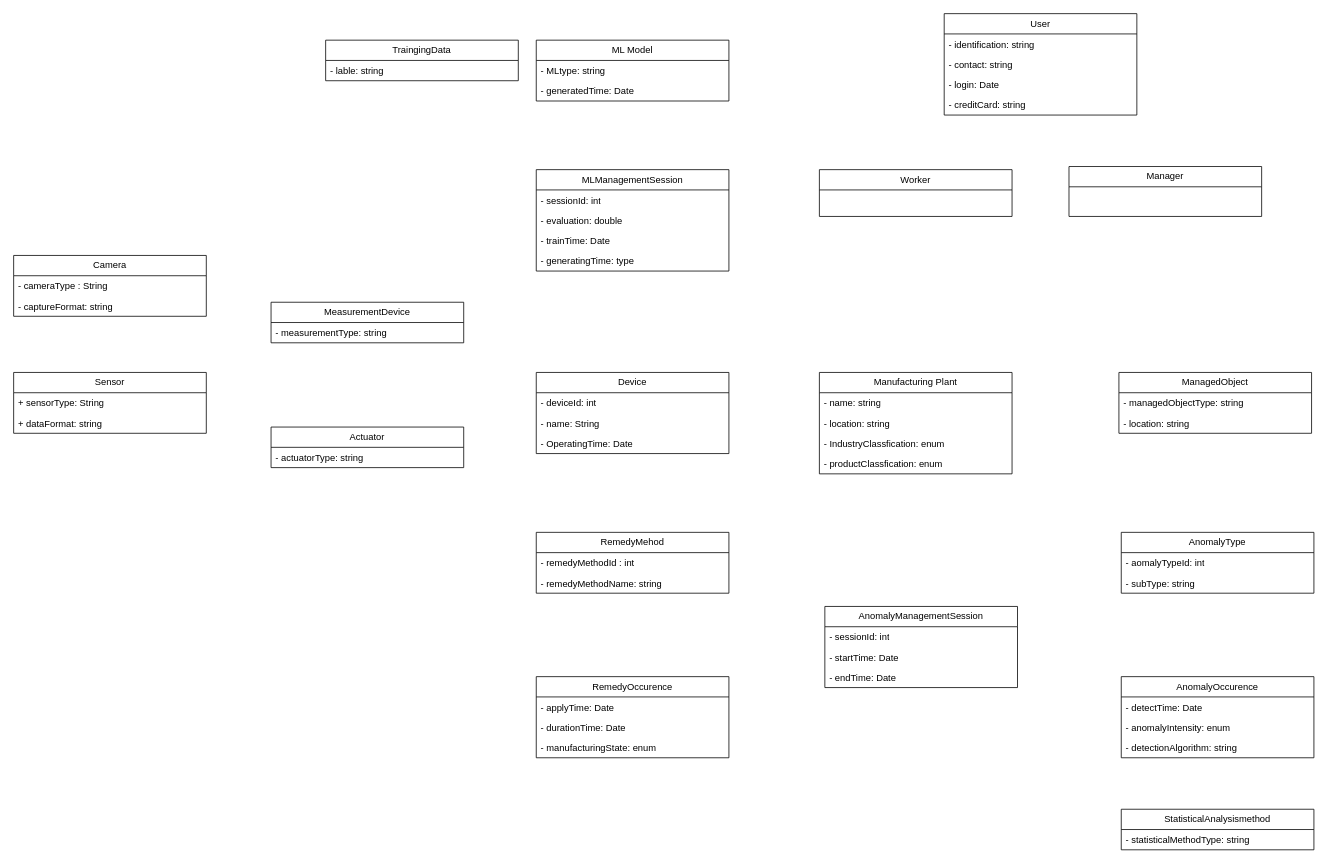
Before: class_diagram_refine.drawio in ShineSoYoung/TEST, a draw.io diagram. Source tidied: cells renumbered, new cells numbered last; positions are measured from the earlier drawing's top-left corner, leaving out a move shared by most shapes. Both pictures are drawn from the tidied source at 78%, with x=0, y=0 at pixel (13, 13).
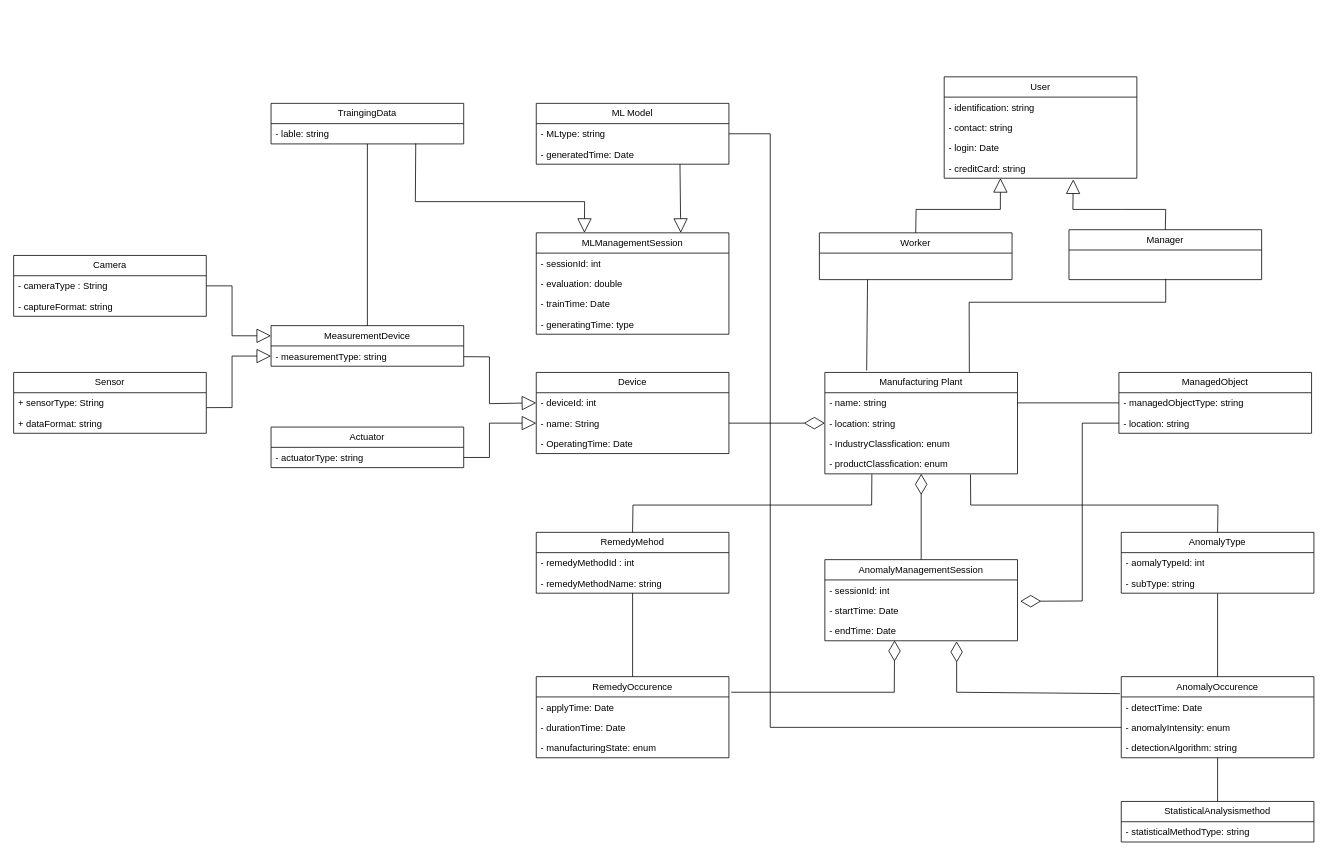
The same page after the edit.

Unchanged cells that the change refers to:
```xml
<mxCell id="3" value="- name: string" style="text;strokeColor=none;fillColor=none;align=left;verticalAlign=top;spacingLeft=4;spacingRight=4;overflow=hidden;points=[[0,0.5],[1,0.5]];portConstraint=eastwest;whiteSpace=wrap;html=1;" parent="2" vertex="1">
<mxCell id="4" value="- location: string" style="text;strokeColor=none;fillColor=none;align=left;verticalAlign=top;spacingLeft=4;spacingRight=4;overflow=hidden;points=[[0,0.5],[1,0.5]];portConstraint=eastwest;whiteSpace=wrap;html=1;" parent="2" vertex="1">
<mxCell id="6" value="- productClassfication: enum" style="text;strokeColor=none;fillColor=none;align=left;verticalAlign=top;spacingLeft=4;spacingRight=4;overflow=hidden;points=[[0,0.5],[1,0.5]];portConstraint=eastwest;whiteSpace=wrap;html=1;" parent="2" vertex="1">
<mxCell id="9" value="- startTime: Date" style="text;strokeColor=none;fillColor=none;align=left;verticalAlign=top;spacingLeft=4;spacingRight=4;overflow=hidden;points=[[0,0.5],[1,0.5]];portConstraint=eastwest;whiteSpace=wrap;html=1;" parent="7" vertex="1">
<mxCell id="10" value="- endTime: Date" style="text;strokeColor=none;fillColor=none;align=left;verticalAlign=top;spacingLeft=4;spacingRight=4;overflow=hidden;points=[[0,0.5],[1,0.5]];portConstraint=eastwest;whiteSpace=wrap;html=1;" parent="7" vertex="1">
<mxCell id="12" value="- deviceId: int" style="text;strokeColor=none;fillColor=none;align=left;verticalAlign=top;spacingLeft=4;spacingRight=4;overflow=hidden;points=[[0,0.5],[1,0.5]];portConstraint=eastwest;whiteSpace=wrap;html=1;" parent="11" vertex="1">
<mxCell id="13" value="- name: String" style="text;strokeColor=none;fillColor=none;align=left;verticalAlign=top;spacingLeft=4;spacingRight=4;overflow=hidden;points=[[0,0.5],[1,0.5]];portConstraint=eastwest;whiteSpace=wrap;html=1;" parent="11" vertex="1">
<mxCell id="16" value="- measurementType: string" style="text;strokeColor=none;fillColor=none;align=left;verticalAlign=top;spacingLeft=4;spacingRight=4;overflow=hidden;points=[[0,0.5],[1,0.5]];portConstraint=eastwest;whiteSpace=wrap;html=1;" parent="15" vertex="1">
<mxCell id="18" value="- actuatorType: string" style="text;strokeColor=none;fillColor=none;align=left;verticalAlign=top;spacingLeft=4;spacingRight=4;overflow=hidden;points=[[0,0.5],[1,0.5]];portConstraint=eastwest;whiteSpace=wrap;html=1;" parent="17" vertex="1">
<mxCell id="20" value="- cameraType : String" style="text;strokeColor=none;fillColor=none;align=left;verticalAlign=top;spacingLeft=4;spacingRight=4;overflow=hidden;points=[[0,0.5],[1,0.5]];portConstraint=eastwest;whiteSpace=wrap;html=1;" parent="19" vertex="1">
<mxCell id="23" value="+ sensorType: String" style="text;strokeColor=none;fillColor=none;align=left;verticalAlign=top;spacingLeft=4;spacingRight=4;overflow=hidden;points=[[0,0.5],[1,0.5]];portConstraint=eastwest;whiteSpace=wrap;html=1;" parent="22" vertex="1">
<mxCell id="25" value="AnomalyType" style="swimlane;fontStyle=0;horizontal=1;startSize=26;fillColor=none;whiteSpace=wrap;html=1;" parent="1" vertex="1">
<mxCell id="27" value="- subType: string" style="text;strokeColor=none;fillColor=none;align=left;verticalAlign=top;spacingLeft=4;spacingRight=4;overflow=hidden;points=[[0,0.5],[1,0.5]];portConstraint=eastwest;whiteSpace=wrap;html=1;" parent="25" vertex="1">
<mxCell id="28" value="AnomalyOccurence" style="swimlane;fontStyle=0;horizontal=1;startSize=26;fillColor=none;whiteSpace=wrap;html=1;" parent="1" vertex="1">
<mxCell id="29" value="- detectTime: Date" style="text;strokeColor=none;fillColor=none;align=left;verticalAlign=top;spacingLeft=4;spacingRight=4;overflow=hidden;points=[[0,0.5],[1,0.5]];portConstraint=eastwest;whiteSpace=wrap;html=1;" parent="28" vertex="1">
<mxCell id="30" value="- anomalyIntensity: enum" style="text;strokeColor=none;fillColor=none;align=left;verticalAlign=top;spacingLeft=4;spacingRight=4;overflow=hidden;points=[[0,0.5],[1,0.5]];portConstraint=eastwest;whiteSpace=wrap;html=1;" parent="28" vertex="1">
<mxCell id="31" value="- detectionAlgorithm: string" style="text;strokeColor=none;fillColor=none;align=left;verticalAlign=top;spacingLeft=4;spacingRight=4;overflow=hidden;points=[[0,0.5],[1,0.5]];portConstraint=eastwest;whiteSpace=wrap;html=1;" parent="28" vertex="1">
<mxCell id="32" value="RemedyOccurence" style="swimlane;fontStyle=0;horizontal=1;startSize=26;fillColor=none;whiteSpace=wrap;html=1;" parent="1" vertex="1">
<mxCell id="33" value="- applyTime: Date" style="text;strokeColor=none;fillColor=none;align=left;verticalAlign=top;spacingLeft=4;spacingRight=4;overflow=hidden;points=[[0,0.5],[1,0.5]];portConstraint=eastwest;whiteSpace=wrap;html=1;" parent="32" vertex="1">
<mxCell id="36" value="RemedyMehod" style="swimlane;fontStyle=0;horizontal=1;startSize=26;fillColor=none;whiteSpace=wrap;html=1;" parent="1" vertex="1">
<mxCell id="38" value="- remedyMethodName: string" style="text;strokeColor=none;fillColor=none;align=left;verticalAlign=top;spacingLeft=4;spacingRight=4;overflow=hidden;points=[[0,0.5],[1,0.5]];portConstraint=eastwest;whiteSpace=wrap;html=1;" parent="36" vertex="1">
<mxCell id="45" value="- creditCard: string" style="text;strokeColor=none;fillColor=none;align=left;verticalAlign=top;spacingLeft=4;spacingRight=4;overflow=hidden;points=[[0,0.5],[1,0.5]];portConstraint=eastwest;whiteSpace=wrap;html=1;" parent="41" vertex="1">
<mxCell id="47" value="- managedObjectType: string" style="text;strokeColor=none;fillColor=none;align=left;verticalAlign=top;spacingLeft=4;spacingRight=4;overflow=hidden;points=[[0,0.5],[1,0.5]];portConstraint=eastwest;whiteSpace=wrap;html=1;" parent="46" vertex="1">
<mxCell id="48" value="- location: string" style="text;strokeColor=none;fillColor=none;align=left;verticalAlign=top;spacingLeft=4;spacingRight=4;overflow=hidden;points=[[0,0.5],[1,0.5]];portConstraint=eastwest;whiteSpace=wrap;html=1;" parent="46" vertex="1">
<mxCell id="55" value="- MLtype: string" style="text;strokeColor=none;fillColor=none;align=left;verticalAlign=top;spacingLeft=4;spacingRight=4;overflow=hidden;points=[[0,0.5],[1,0.5]];portConstraint=eastwest;whiteSpace=wrap;html=1;" parent="54" vertex="1">
<mxCell id="56" value="- generatedTime: Date" style="text;strokeColor=none;fillColor=none;align=left;verticalAlign=top;spacingLeft=4;spacingRight=4;overflow=hidden;points=[[0,0.5],[1,0.5]];portConstraint=eastwest;whiteSpace=wrap;html=1;" parent="54" vertex="1">
<mxCell id="60" value="- lable: string" style="text;strokeColor=none;fillColor=none;align=left;verticalAlign=top;spacingLeft=4;spacingRight=4;overflow=hidden;points=[[0,0.5],[1,0.5]];portConstraint=eastwest;whiteSpace=wrap;html=1;" parent="59" vertex="1">
```

Change to the diagram source:
```diff
@@
     <mxCell id="2" value="Manufacturing Plant" style="swimlane;fontStyle=0;horizontal=1;startSize=26;fillColor=none;whiteSpace=wrap;html=1;" parent="1" vertex="1">
-      <mxGeometry x="1033" y="460" width="247" height="130" as="geometry" />
+      <mxGeometry x="1040" y="460" width="247" height="130" as="geometry" />
     </mxCell>
@@
     <mxCell id="7" value="AnomalyManagementSession" style="swimlane;fontStyle=0;horizontal=1;startSize=26;fillColor=none;whiteSpace=wrap;html=1;" parent="1" vertex="1">
-      <mxGeometry x="1040" y="760" width="247" height="104" as="geometry" />
+      <mxGeometry x="1040" y="700" width="247" height="104" as="geometry" />
     </mxCell>
@@
     <mxCell id="15" value="MeasurementDevice" style="swimlane;fontStyle=0;horizontal=1;startSize=26;fillColor=none;whiteSpace=wrap;html=1;" parent="1" vertex="1">
-      <mxGeometry x="330" y="370" width="247" height="52" as="geometry" />
+      <mxGeometry x="330" y="400" width="247" height="52" as="geometry" />
     </mxCell>
@@
     <mxCell id="39" value="Worker" style="swimlane;fontStyle=0;horizontal=1;startSize=26;fillColor=none;whiteSpace=wrap;html=1;" parent="1" vertex="1">
-      <mxGeometry x="1033" y="200" width="247" height="60" as="geometry" />
+      <mxGeometry x="1033" y="281" width="247" height="60" as="geometry" />
     </mxCell>
     <mxCell id="40" value="Manager" style="swimlane;fontStyle=0;horizontal=1;startSize=26;fillColor=none;whiteSpace=wrap;html=1;" parent="1" vertex="1">
-      <mxGeometry x="1353" y="196" width="247" height="64" as="geometry" />
+      <mxGeometry x="1353" y="277" width="247" height="64" as="geometry" />
     </mxCell>
     <mxCell id="41" value="User" style="swimlane;fontStyle=0;horizontal=1;startSize=26;fillColor=none;whiteSpace=wrap;html=1;" parent="1" vertex="1">
-      <mxGeometry x="1193" width="247" height="130" as="geometry" />
+      <mxGeometry x="1193" y="81" width="247" height="130" as="geometry" />
     </mxCell>
@@
     <mxCell id="49" value="MLManagementSession" style="swimlane;fontStyle=0;horizontal=1;startSize=26;fillColor=none;whiteSpace=wrap;html=1;" parent="1" vertex="1">
-      <mxGeometry x="670" y="200" width="247" height="130" as="geometry" />
+      <mxGeometry x="670" y="281" width="247" height="130" as="geometry" />
     </mxCell>
@@
     <mxCell id="54" value="ML Model" style="swimlane;fontStyle=0;horizontal=1;startSize=26;fillColor=none;whiteSpace=wrap;html=1;" parent="1" vertex="1">
-      <mxGeometry x="670" y="34" width="247" height="78" as="geometry" />
+      <mxGeometry x="670" y="115" width="247" height="78" as="geometry" />
     </mxCell>
@@
     <mxCell id="57" value="StatisticalAnalysismethod" style="swimlane;fontStyle=0;horizontal=1;startSize=26;fillColor=none;whiteSpace=wrap;html=1;" parent="1" vertex="1">
-      <mxGeometry x="1420" y="1020" width="247" height="52" as="geometry" />
+      <mxGeometry x="1420" y="1010" width="247" height="52" as="geometry" />
     </mxCell>
@@
     <mxCell id="59" value="TraingingData" style="swimlane;fontStyle=0;horizontal=1;startSize=26;fillColor=none;whiteSpace=wrap;html=1;" parent="1" vertex="1">
-      <mxGeometry x="400" y="34" width="247" height="52" as="geometry" />
+      <mxGeometry x="330" y="115" width="247" height="52" as="geometry" />
     </mxCell>
@@
+    <mxCell id="61" style="endArrow=diamondThin;endFill=0;endSize=24;html=1;rounded=0;entryX=0.362;entryY=0.986;entryDx=0;entryDy=0;entryPerimeter=0;exitX=1.012;exitY=-0.231;exitDx=0;exitDy=0;exitPerimeter=0;" parent="1" edge="1" source="33" target="10">
+      <mxGeometry relative="1" as="geometry">
+        <Array as="points">
+          <mxPoint x="1129" y="870" />
+        </Array>
+      </mxGeometry>
+    </mxCell>
+    <mxCell id="62" style="endArrow=diamondThin;endFill=0;endSize=24;html=1;rounded=0;exitX=-0.007;exitY=-0.162;exitDx=0;exitDy=0;exitPerimeter=0;entryX=0.684;entryY=1.031;entryDx=0;entryDy=0;entryPerimeter=0;" parent="1" edge="1" source="29" target="10">
+      <mxGeometry relative="1" as="geometry">
+        <Array as="points">
+          <mxPoint x="1209" y="870" />
+        </Array>
+      </mxGeometry>
+    </mxCell>
+    <mxCell id="63" style="endArrow=diamondThin;endFill=0;endSize=24;html=1;rounded=0;exitX=0.5;exitY=0;exitDx=0;exitDy=0;entryX=0.5;entryY=1;entryDx=0;entryDy=0;entryPerimeter=0;" parent="1" edge="1" source="7" target="6">
+      <mxGeometry relative="1" as="geometry" />
+    </mxCell>
+    <mxCell id="64" style="endArrow=diamondThin;endFill=0;endSize=24;html=1;rounded=0;exitX=1;exitY=0.5;exitDx=0;exitDy=0;entryX=0;entryY=0.5;entryDx=0;entryDy=0;entryPerimeter=0;" parent="1" edge="1" source="13" target="4">
+      <mxGeometry relative="1" as="geometry" />
+    </mxCell>
+    <mxCell id="65" style="endArrow=diamondThin;endFill=0;endSize=24;html=1;rounded=0;exitX=0;exitY=0.5;exitDx=0;exitDy=0;entryX=1.014;entryY=0.052;entryDx=0;entryDy=0;entryPerimeter=0;" parent="1" edge="1" source="48" target="9">
+      <mxGeometry relative="1" as="geometry">
+        <Array as="points">
+          <mxPoint x="1370" y="525" />
+          <mxPoint x="1370" y="753" />
+        </Array>
+      </mxGeometry>
+    </mxCell>
+    <mxCell id="66" style="endArrow=block;endSize=16;endFill=0;html=1;rounded=0;entryX=0;entryY=0.5;entryDx=0;entryDy=0;" parent="1" edge="1" source="16" target="12">
+      <mxGeometry relative="1" as="geometry">
+        <Array as="points">
+          <mxPoint x="610" y="440" />
+          <mxPoint x="610" y="500" />
+        </Array>
+      </mxGeometry>
+    </mxCell>
+    <mxCell id="67" style="endArrow=block;endSize=16;endFill=0;html=1;rounded=0;exitX=1;exitY=0.5;exitDx=0;exitDy=0;entryX=0;entryY=0.5;entryDx=0;entryDy=0;" parent="1" edge="1" source="18" target="13">
+      <mxGeometry relative="1" as="geometry">
+        <Array as="points">
+          <mxPoint x="610" y="569" />
+          <mxPoint x="610" y="525" />
+        </Array>
+      </mxGeometry>
+    </mxCell>
+    <mxCell id="68" style="endArrow=block;endSize=16;endFill=0;html=1;rounded=0;exitX=1;exitY=0.5;exitDx=0;exitDy=0;entryX=0;entryY=0.25;entryDx=0;entryDy=0;" parent="1" edge="1" source="20" target="15">
+      <mxGeometry relative="1" as="geometry">
+        <Array as="points">
+          <mxPoint x="280" y="349" />
+          <mxPoint x="280" y="413" />
+        </Array>
+      </mxGeometry>
+    </mxCell>
+    <mxCell id="69" style="endArrow=block;endSize=16;endFill=0;html=1;rounded=0;exitX=1.001;exitY=0.735;exitDx=0;exitDy=0;entryX=0;entryY=0.5;entryDx=0;entryDy=0;exitPerimeter=0;" parent="1" edge="1" source="23" target="16">
+      <mxGeometry relative="1" as="geometry">
+        <Array as="points">
+          <mxPoint x="280" y="505" />
+          <mxPoint x="280" y="439" />
+        </Array>
+      </mxGeometry>
+    </mxCell>
+    <mxCell id="70" style="endArrow=block;endSize=16;endFill=0;html=1;rounded=0;exitX=0.5;exitY=0;exitDx=0;exitDy=0;entryX=0.292;entryY=0.993;entryDx=0;entryDy=0;entryPerimeter=0;" parent="1" edge="1" source="39" target="45">
+      <mxGeometry relative="1" as="geometry">
+        <Array as="points">
+          <mxPoint x="1157" y="251" />
+          <mxPoint x="1265" y="251" />
+        </Array>
+      </mxGeometry>
+    </mxCell>
+    <mxCell id="71" style="endArrow=block;endSize=16;endFill=0;html=1;rounded=0;exitX=0.5;exitY=0;exitDx=0;exitDy=0;entryX=0.67;entryY=1.057;entryDx=0;entryDy=0;entryPerimeter=0;" parent="1" edge="1" source="40" target="45">
+      <mxGeometry relative="1" as="geometry">
+        <Array as="points">
+          <mxPoint x="1477" y="251" />
+          <mxPoint x="1420" y="251" />
+          <mxPoint x="1358" y="251" />
+        </Array>
+      </mxGeometry>
+    </mxCell>
+    <mxCell id="72" style="endArrow=none;endFill=0;endSize=12;html=1;rounded=0;exitX=0.5;exitY=0;exitDx=0;exitDy=0;" parent="1" edge="1" source="15" target="60">
+      <mxGeometry relative="1" as="geometry" />
+    </mxCell>
+    <mxCell id="73" style="endArrow=block;endSize=16;endFill=0;html=1;rounded=0;entryX=0.25;entryY=0;entryDx=0;entryDy=0;exitX=0.751;exitY=0.981;exitDx=0;exitDy=0;exitPerimeter=0;" parent="1" edge="1" source="60" target="49">
+      <mxGeometry relative="1" as="geometry">
+        <Array as="points">
+          <mxPoint x="515" y="241" />
+          <mxPoint x="732" y="241" />
+        </Array>
+      </mxGeometry>
+    </mxCell>
+    <mxCell id="74" style="endArrow=block;endSize=16;endFill=0;html=1;rounded=0;entryX=0.75;entryY=0;entryDx=0;entryDy=0;exitX=0.746;exitY=0.991;exitDx=0;exitDy=0;exitPerimeter=0;" parent="1" edge="1" source="56" target="49">
+      <mxGeometry relative="1" as="geometry">
+        <Array as="points">
+          <mxPoint x="855" y="261" />
+        </Array>
+      </mxGeometry>
+    </mxCell>
+    <mxCell id="75" style="endArrow=none;endFill=0;endSize=12;html=1;rounded=0;exitX=0.5;exitY=0;exitDx=0;exitDy=0;" parent="1" edge="1" source="32" target="38">
+      <mxGeometry relative="1" as="geometry" />
+    </mxCell>
+    <mxCell id="76" style="endArrow=none;endFill=0;endSize=12;html=1;rounded=0;entryX=0.244;entryY=1.017;entryDx=0;entryDy=0;entryPerimeter=0;exitX=0.5;exitY=0;exitDx=0;exitDy=0;" parent="1" edge="1" source="36" target="6">
+      <mxGeometry relative="1" as="geometry">
+        <Array as="points">
+          <mxPoint x="794" y="630" />
+          <mxPoint x="1100" y="630" />
+        </Array>
+      </mxGeometry>
+    </mxCell>
+    <mxCell id="77" style="endArrow=none;endFill=0;endSize=12;html=1;rounded=0;entryX=0.756;entryY=1.027;entryDx=0;entryDy=0;entryPerimeter=0;exitX=0.5;exitY=0;exitDx=0;exitDy=0;" parent="1" edge="1" source="25" target="6">
+      <mxGeometry relative="1" as="geometry">
+        <Array as="points">
+          <mxPoint x="1544" y="630" />
+          <mxPoint x="1227" y="630" />
+        </Array>
+      </mxGeometry>
+    </mxCell>
+    <mxCell id="78" style="endArrow=none;endFill=0;endSize=12;html=1;rounded=0;entryX=0.25;entryY=1;entryDx=0;entryDy=0;exitX=0.217;exitY=-0.019;exitDx=0;exitDy=0;exitPerimeter=0;" parent="1" edge="1" source="2" target="39">
+      <mxGeometry relative="1" as="geometry" />
+    </mxCell>
+    <mxCell id="79" style="endArrow=none;endFill=0;endSize=12;html=1;rounded=0;exitX=0.75;exitY=0;exitDx=0;exitDy=0;" parent="1" edge="1" source="2">
+      <mxGeometry relative="1" as="geometry">
+        <mxPoint x="1477" y="340" as="targetPoint" />
+        <Array as="points">
+          <mxPoint x="1225" y="370" />
+          <mxPoint x="1477" y="370" />
+        </Array>
+      </mxGeometry>
+    </mxCell>
+    <mxCell id="80" style="endArrow=none;endFill=0;endSize=12;html=1;rounded=0;entryX=0.5;entryY=1.017;entryDx=0;entryDy=0;entryPerimeter=0;" parent="1" edge="1" source="28" target="27">
+      <mxGeometry relative="1" as="geometry" />
+    </mxCell>
+    <mxCell id="81" style="endArrow=none;endFill=0;endSize=12;html=1;rounded=0;exitX=0.5;exitY=0;exitDx=0;exitDy=0;" parent="1" edge="1" source="57" target="31">
+      <mxGeometry relative="1" as="geometry" />
+    </mxCell>
+    <mxCell id="82" style="endArrow=none;endFill=0;endSize=12;html=1;rounded=0;exitX=0;exitY=0.5;exitDx=0;exitDy=0;entryX=1;entryY=0.5;entryDx=0;entryDy=0;" parent="1" edge="1" source="30" target="55">
+      <mxGeometry relative="1" as="geometry">
+        <Array as="points">
+          <mxPoint x="970" y="915" />
+          <mxPoint x="970" y="154" />
+        </Array>
+      </mxGeometry>
+    </mxCell>
+    <mxCell id="83" style="endArrow=none;endFill=0;endSize=12;html=1;rounded=0;entryX=1;entryY=0.5;entryDx=0;entryDy=0;exitX=0;exitY=0.5;exitDx=0;exitDy=0;" parent="1" edge="1" source="47" target="3">
+      <mxGeometry relative="1" as="geometry">
+        <Array as="points">
+          <mxPoint x="1330" y="499" />
+        </Array>
+      </mxGeometry>
+    </mxCell>
```
